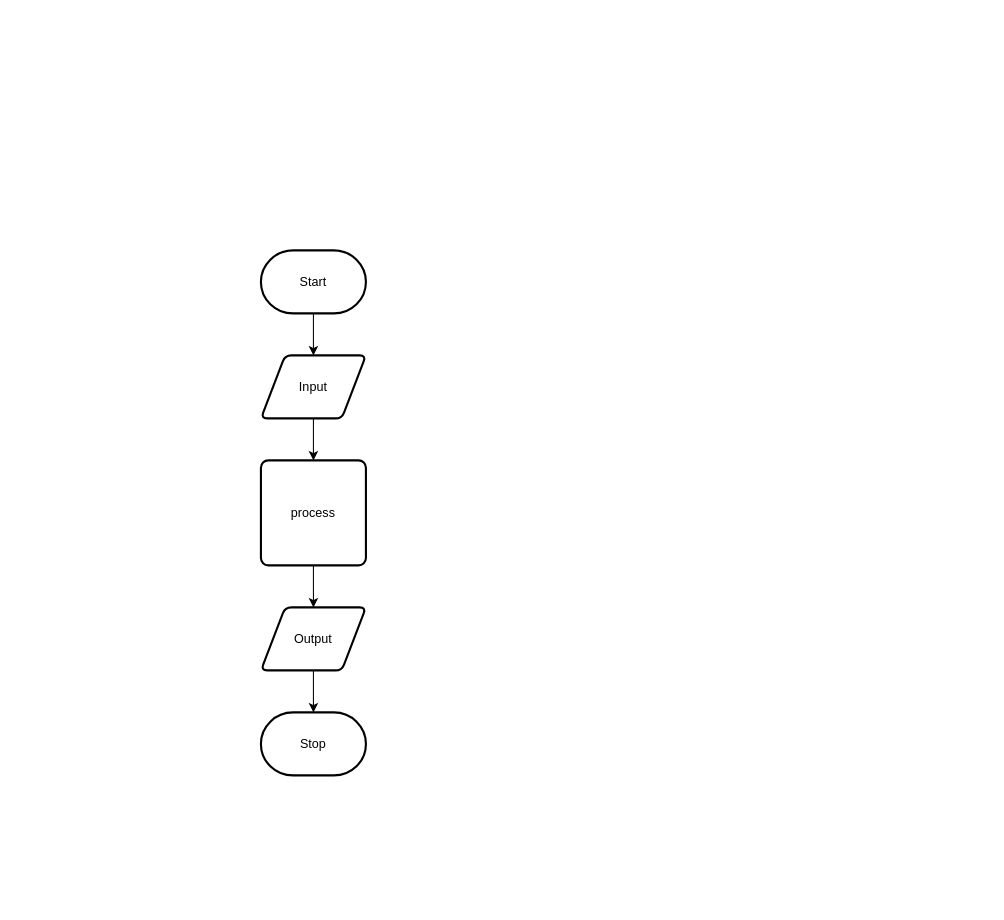
Alex-Nelson-1/ICS2O-UNIT5-06-JS-LOOPS keeps this draw.io diagram as design/flow-chart.drawio. Above is the earlier version. Source tidied: cells renumbered, new cells numbered last; positions are measured from the earlier drawing's top-left corner, leaving out a move shared by most shapes. Both pictures are drawn from the tidied source at 105%, with x=0, y=0 at pixel (260, 250).
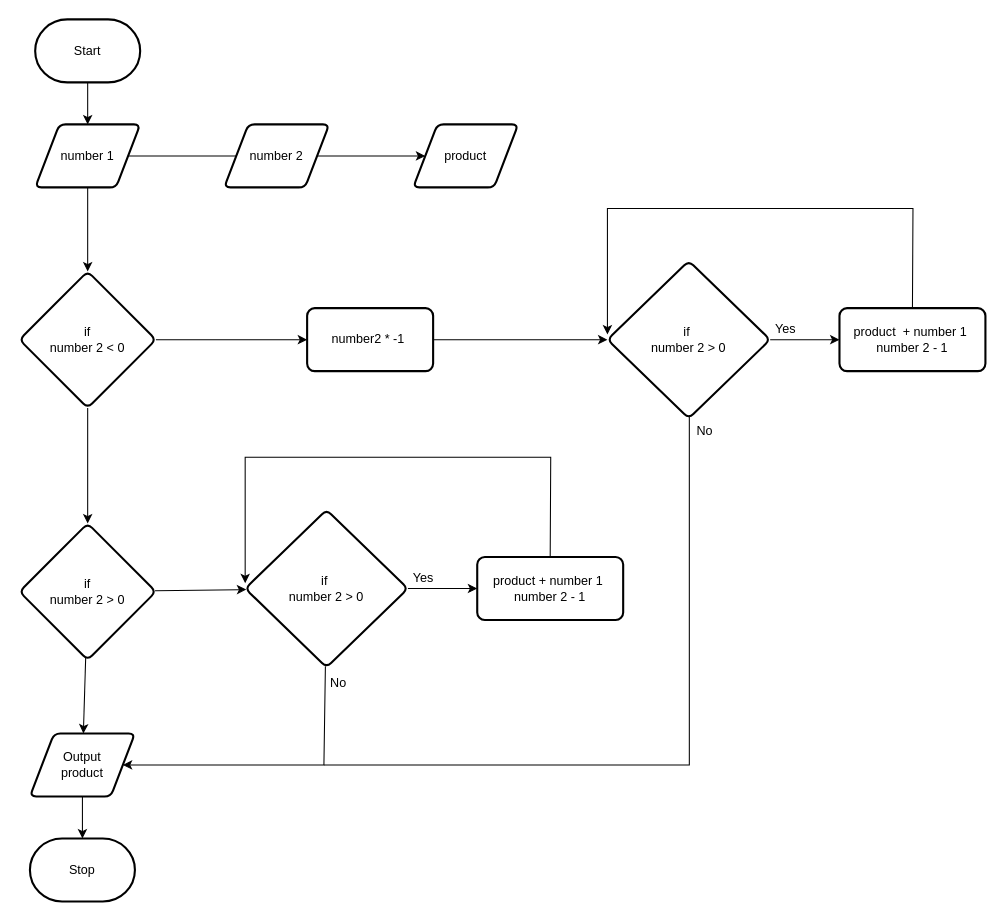
Above is the later version.

Commit message (it also covers changes not shown here):
FLOW + STORY

What changed in the source:
```diff
@@
     <mxCell id="3" value="Start" style="strokeWidth=2;html=1;shape=mxgraph.flowchart.terminator;whiteSpace=wrap;" parent="1" vertex="1">
-      <mxGeometry width="100" height="60" as="geometry" />
+      <mxGeometry x="-215" y="-220" width="100" height="60" as="geometry" />
     </mxCell>
-    <mxCell id="4" style="edgeStyle=none;html=1;" parent="1" edge="1" source="5" target="7">
-      <mxGeometry relative="1" as="geometry" />
-    </mxCell>
+    <mxCell id="11" style="edgeStyle=none;html=1;" parent="1" edge="1" source="5" target="17">
+      <mxGeometry relative="1" as="geometry" />
+    </mxCell>
-    <mxCell id="5" value="Input" style="shape=parallelogram;html=1;strokeWidth=2;perimeter=parallelogramPerimeter;whiteSpace=wrap;rounded=1;arcSize=12;size=0.23;" parent="1" vertex="1">
-      <mxGeometry y="100" width="100" height="60" as="geometry" />
+    <mxCell id="5" value="number 1" style="shape=parallelogram;html=1;strokeWidth=2;perimeter=parallelogramPerimeter;whiteSpace=wrap;rounded=1;arcSize=12;size=0.23;" parent="1" vertex="1">
+      <mxGeometry x="-215" y="-120" width="100" height="60" as="geometry" />
     </mxCell>
-    <mxCell id="6" style="edgeStyle=none;html=1;" parent="1" edge="1" source="7" target="9">
-      <mxGeometry relative="1" as="geometry" />
-    </mxCell>
-    <mxCell id="7" value="process" style="rounded=1;whiteSpace=wrap;html=1;absoluteArcSize=1;arcSize=14;strokeWidth=2;" parent="1" vertex="1">
-      <mxGeometry y="200" width="100" height="100" as="geometry" />
-    </mxCell>
@@
-    <mxCell id="9" value="Output" style="shape=parallelogram;html=1;strokeWidth=2;perimeter=parallelogramPerimeter;whiteSpace=wrap;rounded=1;arcSize=12;size=0.23;" parent="1" vertex="1">
-      <mxGeometry y="340" width="100" height="60" as="geometry" />
+    <mxCell id="9" value="Output&lt;br&gt;product" style="shape=parallelogram;html=1;strokeWidth=2;perimeter=parallelogramPerimeter;whiteSpace=wrap;rounded=1;arcSize=12;size=0.23;" parent="1" vertex="1">
+      <mxGeometry x="-220" y="460" width="100" height="60" as="geometry" />
     </mxCell>
     <mxCell id="10" value="Stop" style="strokeWidth=2;html=1;shape=mxgraph.flowchart.terminator;whiteSpace=wrap;" parent="1" vertex="1">
-      <mxGeometry y="440" width="100" height="60" as="geometry" />
+      <mxGeometry x="-220" y="560" width="100" height="60" as="geometry" />
     </mxCell>
+    <mxCell id="12" style="edgeStyle=none;html=1;" parent="1" edge="1" source="13" target="18">
+      <mxGeometry relative="1" as="geometry" />
+    </mxCell>
+    <mxCell id="13" value="number 2" style="shape=parallelogram;html=1;strokeWidth=2;perimeter=parallelogramPerimeter;whiteSpace=wrap;rounded=1;arcSize=12;size=0.23;" parent="1" vertex="1">
+      <mxGeometry x="-35" y="-120" width="100" height="60" as="geometry" />
+    </mxCell>
+    <mxCell id="14" style="endArrow=none;html=1;exitX=1;exitY=0.5;exitDx=0;exitDy=0;entryX=0;entryY=0.5;entryDx=0;entryDy=0;" parent="1" edge="1" source="5" target="13">
+      <mxGeometry relative="1" as="geometry" />
+    </mxCell>
+    <mxCell id="15" style="edgeStyle=none;html=1;" parent="1" edge="1" source="17" target="21">
+      <mxGeometry relative="1" as="geometry" />
+    </mxCell>
+    <mxCell id="16" style="edgeStyle=none;html=1;" parent="1" edge="1" source="17" target="23">
+      <mxGeometry relative="1" as="geometry" />
+    </mxCell>
+    <mxCell id="17" value="if&lt;br&gt;number 2 &amp;lt; 0" style="rhombus;whiteSpace=wrap;html=1;strokeWidth=2;rounded=1;arcSize=12;" parent="1" vertex="1">
+      <mxGeometry x="-230" y="20" width="130" height="130" as="geometry" />
+    </mxCell>
+    <mxCell id="18" value="product" style="shape=parallelogram;html=1;strokeWidth=2;perimeter=parallelogramPerimeter;whiteSpace=wrap;rounded=1;arcSize=12;size=0.23;" parent="1" vertex="1">
+      <mxGeometry x="145" y="-120" width="100" height="60" as="geometry" />
+    </mxCell>
+    <mxCell id="19" style="edgeStyle=none;rounded=0;html=1;" parent="1" edge="1" source="21" target="32">
+      <mxGeometry relative="1" as="geometry" />
+    </mxCell>
+    <mxCell id="20" style="edgeStyle=none;rounded=0;html=1;" parent="1" edge="1" source="21" target="9">
+      <mxGeometry relative="1" as="geometry" />
+    </mxCell>
+    <mxCell id="21" value="if&lt;br&gt;number 2 &amp;gt; 0" style="rhombus;whiteSpace=wrap;html=1;strokeWidth=2;rounded=1;arcSize=12;" parent="1" vertex="1">
+      <mxGeometry x="-230" y="260" width="130" height="130" as="geometry" />
+    </mxCell>
+    <mxCell id="22" style="edgeStyle=none;html=1;" parent="1" edge="1" source="23" target="25">
+      <mxGeometry relative="1" as="geometry" />
+    </mxCell>
+    <mxCell id="23" value="number2 * -1&amp;nbsp;" style="whiteSpace=wrap;html=1;strokeWidth=2;rounded=1;arcSize=12;" parent="1" vertex="1">
+      <mxGeometry x="44" y="55" width="120" height="60" as="geometry" />
+    </mxCell>
+    <mxCell id="24" style="edgeStyle=none;html=1;" parent="1" edge="1" source="25" target="26">
+      <mxGeometry relative="1" as="geometry" />
+    </mxCell>
+    <mxCell id="25" value="if&amp;nbsp;&lt;br&gt;number 2 &amp;gt; 0&lt;br&gt;" style="rhombus;whiteSpace=wrap;html=1;strokeWidth=2;rounded=1;arcSize=12;" parent="1" vertex="1">
+      <mxGeometry x="330" y="10" width="155" height="150" as="geometry" />
+    </mxCell>
+    <mxCell id="26" value="product&amp;nbsp; + number 1&amp;nbsp;&lt;br&gt;number 2 - 1" style="whiteSpace=wrap;html=1;strokeWidth=2;rounded=1;arcSize=12;" parent="1" vertex="1">
+      <mxGeometry x="551" y="55" width="139" height="60" as="geometry" />
+    </mxCell>
+    <mxCell id="27" style="endArrow=classic;html=1;exitX=0.5;exitY=0;exitDx=0;exitDy=0;rounded=0;" parent="1" edge="1" source="26">
+      <mxGeometry relative="1" as="geometry">
+        <mxPoint x="330" y="80" as="targetPoint" />
+        <Array as="points">
+          <mxPoint x="621" y="-40" />
+          <mxPoint x="330" y="-40" />
+        </Array>
+      </mxGeometry>
+    </mxCell>
+    <mxCell id="28" value="Yes" style="text;html=1;strokeColor=none;fillColor=none;align=center;verticalAlign=middle;whiteSpace=wrap;rounded=0;" parent="1" vertex="1">
+      <mxGeometry x="470" y="60" width="60" height="30" as="geometry" />
+    </mxCell>
+    <mxCell id="29" value="No" style="text;html=1;strokeColor=none;fillColor=none;align=center;verticalAlign=middle;whiteSpace=wrap;rounded=0;" parent="1" vertex="1">
+      <mxGeometry x="393" y="157" width="60" height="30" as="geometry" />
+    </mxCell>
+    <mxCell id="30" style="edgeStyle=none;html=1;" parent="1" edge="1" source="32" target="33">
+      <mxGeometry relative="1" as="geometry" />
+    </mxCell>
+    <mxCell id="31" style="edgeStyle=none;rounded=0;html=1;entryX=1;entryY=0.5;entryDx=0;entryDy=0;" parent="1" edge="1" source="32" target="9">
+      <mxGeometry relative="1" as="geometry">
+        <Array as="points">
+          <mxPoint x="60" y="490" />
+        </Array>
+      </mxGeometry>
+    </mxCell>
+    <mxCell id="32" value="if&amp;nbsp;&lt;br&gt;number 2 &amp;gt; 0&lt;br&gt;" style="rhombus;whiteSpace=wrap;html=1;strokeWidth=2;rounded=1;arcSize=12;" parent="1" vertex="1">
+      <mxGeometry x="-15" y="247" width="155" height="150" as="geometry" />
+    </mxCell>
+    <mxCell id="33" value="product + number 1&amp;nbsp;&lt;br&gt;number 2 - 1" style="whiteSpace=wrap;html=1;strokeWidth=2;rounded=1;arcSize=12;" parent="1" vertex="1">
+      <mxGeometry x="206" y="292" width="139" height="60" as="geometry" />
+    </mxCell>
+    <mxCell id="34" style="endArrow=classic;html=1;exitX=0.5;exitY=0;exitDx=0;exitDy=0;rounded=0;" parent="1" edge="1" source="33">
+      <mxGeometry relative="1" as="geometry">
+        <mxPoint x="-15" y="317" as="targetPoint" />
+        <Array as="points">
+          <mxPoint x="276" y="197" />
+          <mxPoint x="-15" y="197" />
+        </Array>
+      </mxGeometry>
+    </mxCell>
+    <mxCell id="35" value="Yes" style="text;html=1;strokeColor=none;fillColor=none;align=center;verticalAlign=middle;whiteSpace=wrap;rounded=0;" parent="1" vertex="1">
+      <mxGeometry x="125" y="297" width="60" height="30" as="geometry" />
+    </mxCell>
+    <mxCell id="36" value="No" style="text;html=1;strokeColor=none;fillColor=none;align=center;verticalAlign=middle;whiteSpace=wrap;rounded=0;" parent="1" vertex="1">
+      <mxGeometry x="44" y="397" width="60" height="30" as="geometry" />
+    </mxCell>
+    <mxCell id="37" style="endArrow=none;html=1;rounded=0;exitX=0.25;exitY=0;exitDx=0;exitDy=0;" parent="1" edge="1" source="29">
+      <mxGeometry relative="1" as="geometry">
+        <mxPoint x="60" y="490" as="targetPoint" />
+        <Array as="points">
+          <mxPoint x="408" y="490" />
+        </Array>
+      </mxGeometry>
+    </mxCell>
```
